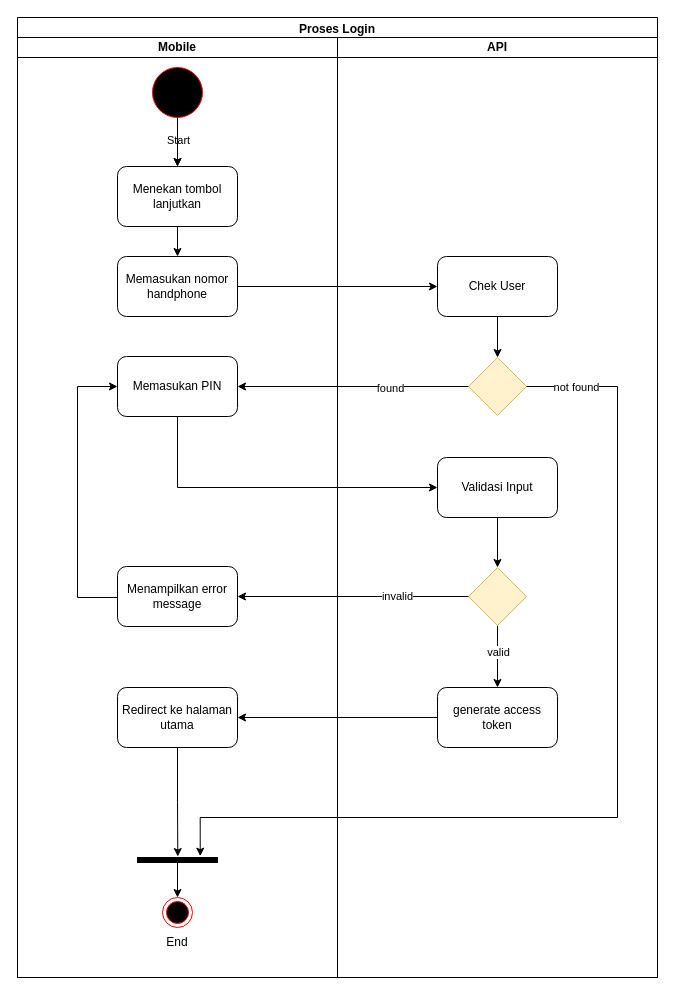
Earlier version of the draw.io diagram page "Login" (2 of 2) of requirements/Activity Diagram.drawio (foxxxesky/Final-Projects-Backend-OVO). Source tidied: cells renumbered, new cells numbered last; positions are measured from the earlier drawing's top-left corner, leaving out a move shared by most shapes. Both pictures are drawn from the tidied source at 100%, with x=0, y=0 at pixel (17, 17).
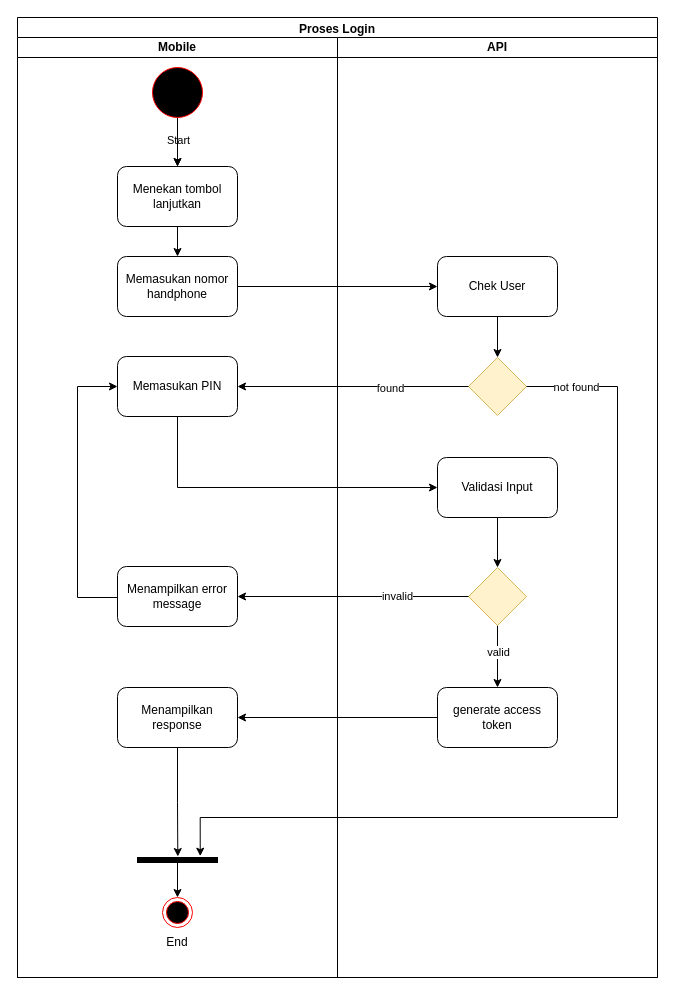
After the change.

The change refers to these unchanged cells:
```xml
<mxCell id="3" value="Mobile" style="swimlane;startSize=20;whiteSpace=wrap;html=1;" parent="2" vertex="1">
  <mxGeometry y="20" width="320" height="940" as="geometry" />
</mxCell>
```

Change to the diagram source:
```diff
@@
-    <mxCell id="16" value="Redirect ke halaman utama" style="rounded=1;whiteSpace=wrap;html=1;fillColor=none;" parent="3" vertex="1">
+    <mxCell id="16" value="Menampilkan response" style="rounded=1;whiteSpace=wrap;html=1;fillColor=none;" parent="3" vertex="1">
       <mxGeometry x="100" y="650" width="120" height="60" as="geometry" />
     </mxCell>
```
